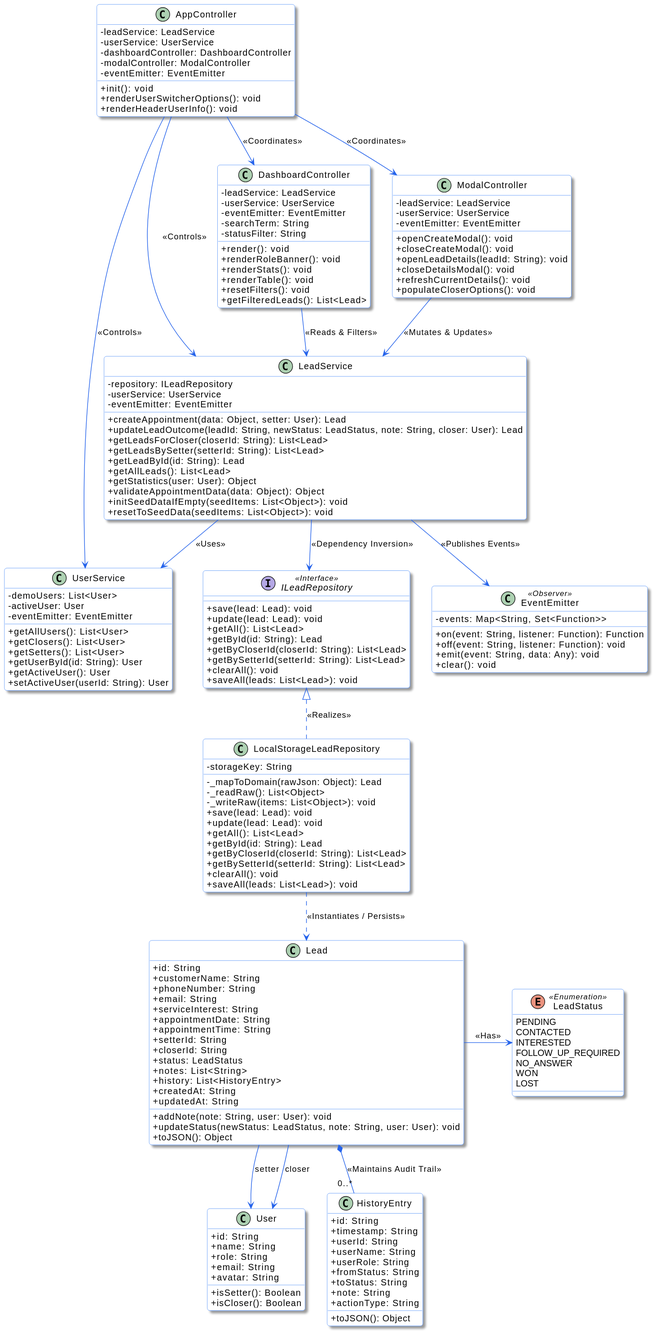
00dnn/LeadFlow keeps this PlantUML diagram as ProjectDesign/Class Diagram/LFlow_Structural_Diagram.svg. Above is the earlier version.
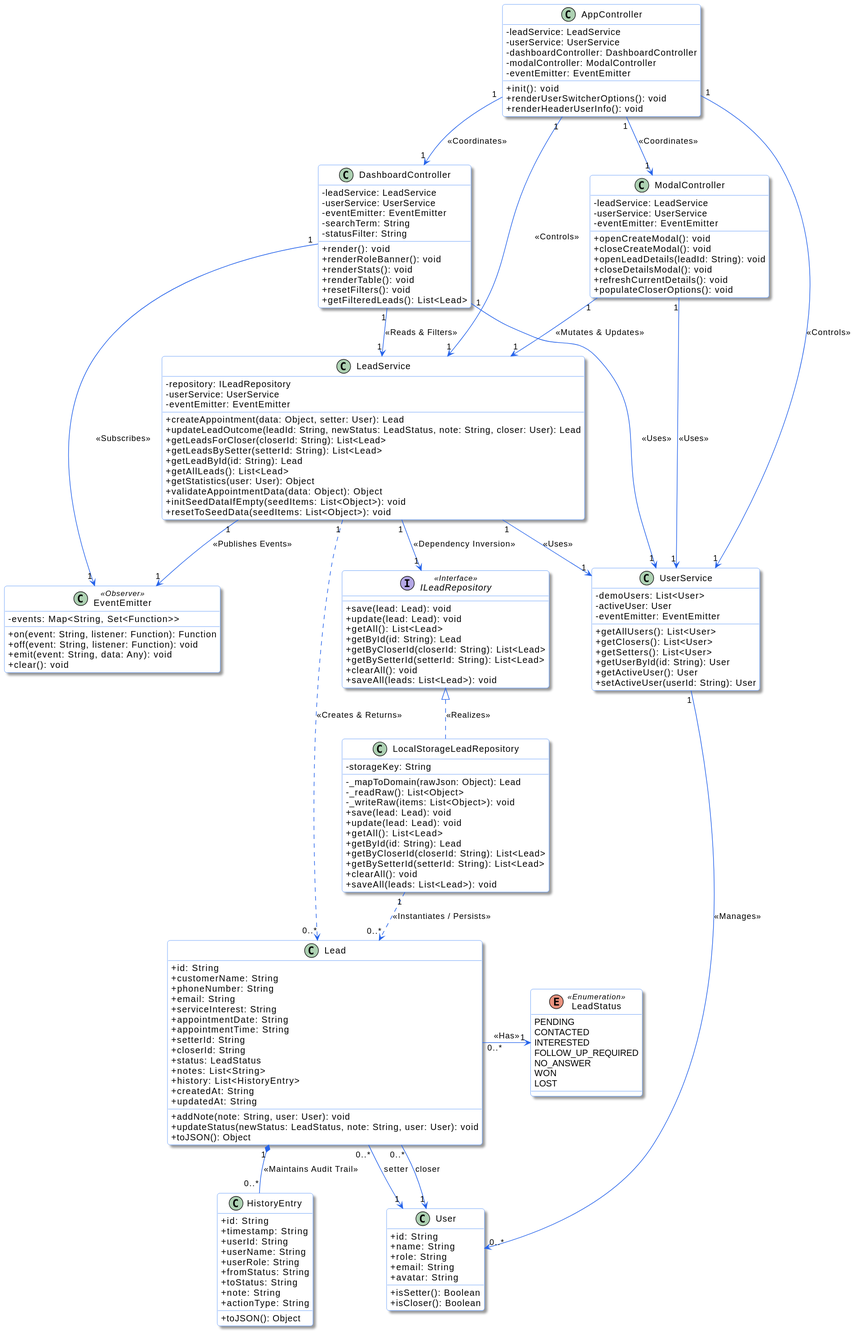
Above is the later version.

Commit message:
feat: add structural class diagram and SVG export for LeadFlow architecture

Change to the diagram source:
```diff
@@ -162,20 +162,25 @@
 }
 
 ILeadRepository <|.. LocalStorageLeadRepository : <<Realizes>>
-LeadService --> ILeadRepository : <<Dependency Inversion>>
-LeadService --> UserService : <<Uses>>
-LeadService --> EventEmitter : <<Publishes Events>>
-LocalStorageLeadRepository ..> Lead : <<Instantiates / Persists>>
+LeadService "1" --> "1" ILeadRepository : <<Dependency Inversion>>
+LeadService "1" --> "1" UserService : <<Uses>>
+LeadService "1" --> "1" EventEmitter : <<Publishes Events>>
+LeadService "1" ..> "0..*" Lead : <<Creates & Returns>>
+LocalStorageLeadRepository "1" ..> "0..*" Lead : <<Instantiates / Persists>>
 
-Lead *-- "0..*" HistoryEntry : <<Maintains Audit Trail>>
-Lead -right-> LeadStatus : <<Has>>
-Lead --> User : setter
-Lead --> User : closer
+UserService "1" --> "0..*" User : <<Manages>>
+Lead "1" *-- "0..*" HistoryEntry : <<Maintains Audit Trail>>
+Lead "0..*" -right-> "1" LeadStatus : <<Has>>
+Lead "0..*" --> "1" User : setter
+Lead "0..*" --> "1" User : closer
 
-AppController --> LeadService : <<Controls>>
-AppController --> UserService : <<Controls>>
-AppController --> DashboardController : <<Coordinates>>
-AppController --> ModalController : <<Coordinates>>
-DashboardController --> LeadService : <<Reads & Filters>>
-ModalController --> LeadService : <<Mutates & Updates>>
+AppController "1" --> "1" LeadService : <<Controls>>
+AppController "1" --> "1" UserService : <<Controls>>
+AppController "1" --> "1" DashboardController : <<Coordinates>>
+AppController "1" --> "1" ModalController : <<Coordinates>>
+DashboardController "1" --> "1" LeadService : <<Reads & Filters>>
+DashboardController "1" --> "1" UserService : <<Uses>>
+DashboardController "1" --> "1" EventEmitter : <<Subscribes>>
+ModalController "1" --> "1" LeadService : <<Mutates & Updates>>
+ModalController "1" --> "1" UserService : <<Uses>>
 @enduml
```
